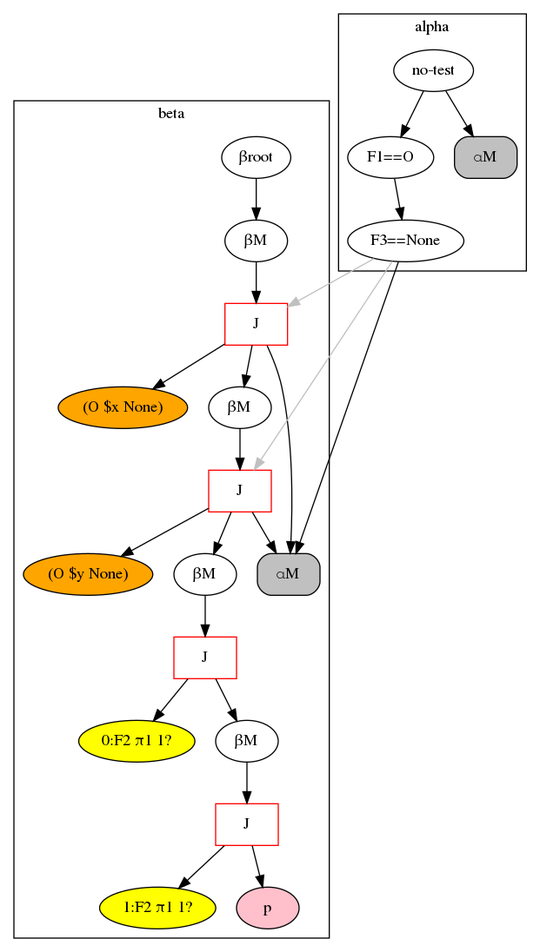
Cybernetic1/GIRL keeps this Graphviz diagram as rete.png. Above is the earlier version. Its source is kept beside it as rete.dot.
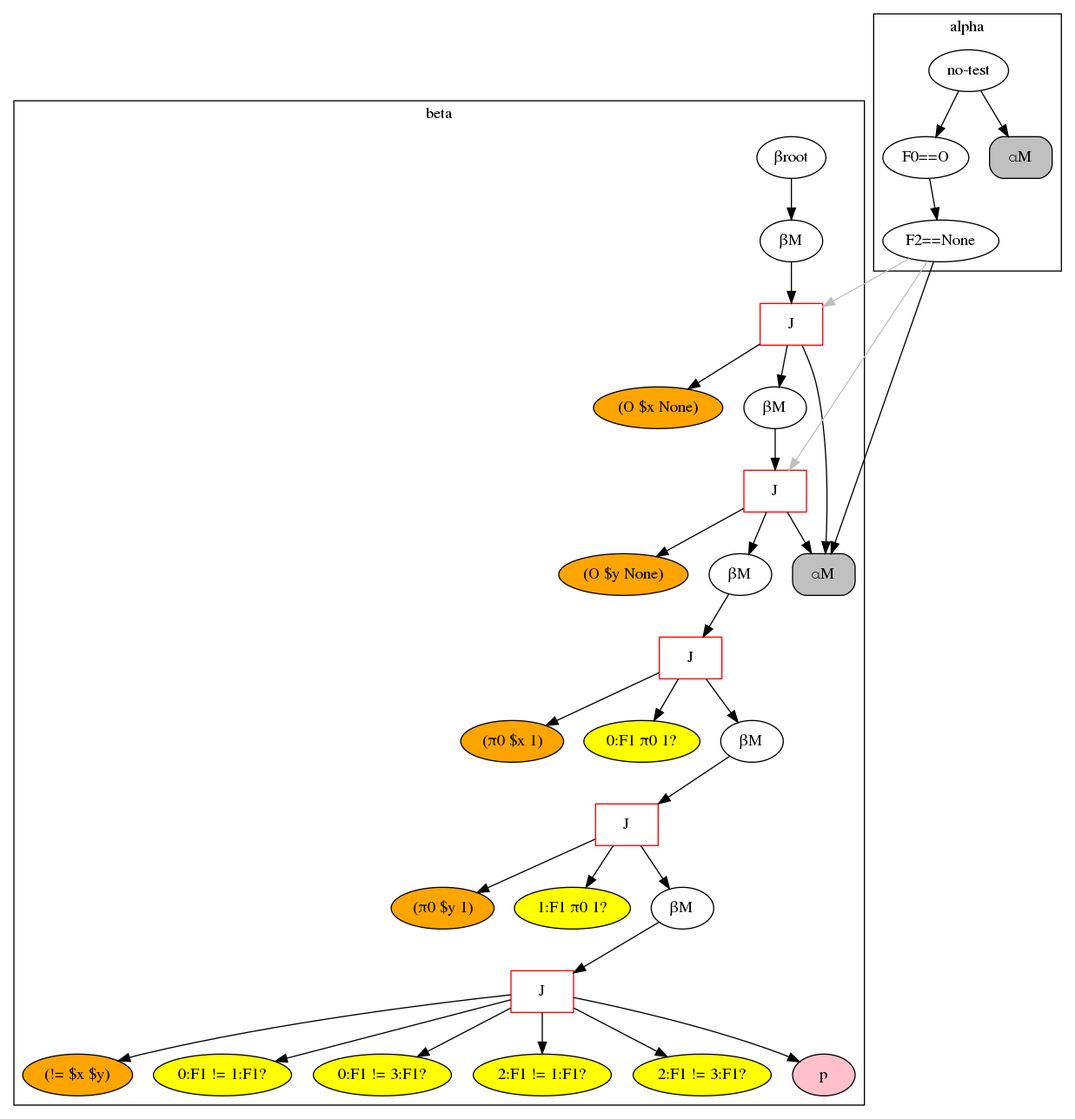
After the change.

What changed in the source:
```diff
@@ -1,45 +1,63 @@
 digraph {
 	subgraph cluster_1 {
 	label = beta
-	"BetaNode 0x7f4659662ba8" [label="βroot"];
-	"BetaNode 0x7f4659662ba8" -> "BetaMemory 0x7f4659690048";
-	"BetaMemory 0x7f4659690048" [label="βM"];
-	"BetaMemory 0x7f4659690048" -> "JoinNode 0x7f4659690160";
-	"JoinNode 0x7f4659690160" [shape=box,color=red,label="J"];
-	"JoinNode 0x7f4659690160" -> "⍺M:<rete.alpha.AlphaMemory object at 0x7f4659690128>"
+	"BetaNode 0x7f5b0c358a90" [label="βroot"];
+	"BetaNode 0x7f5b0c358a90" -> "BetaMemory 0x7f5b0c2fc080";
+	"BetaMemory 0x7f5b0c2fc080" [label="βM"];
+	"BetaMemory 0x7f5b0c2fc080" -> "JoinNode 0x7f5b0c2fc198";
+	"JoinNode 0x7f5b0c2fc198" [shape=box,color=red,label="J"];
+	"JoinNode 0x7f5b0c2fc198" -> "⍺M:<rete.alpha.AlphaMemory object at 0x7f5b0c2fc160>"
 	"(O $x None)" [style=filled,fillcolor=orange];
-	"JoinNode 0x7f4659690160" -> "(O $x None)"
-	"JoinNode 0x7f4659690160" -> "BetaMemory 0x7f4659690198";
-	"BetaMemory 0x7f4659690198" [label="βM"];
-	"BetaMemory 0x7f4659690198" -> "JoinNode 0x7f46596901d0";
-	"JoinNode 0x7f46596901d0" [shape=box,color=red,label="J"];
-	"JoinNode 0x7f46596901d0" -> "⍺M:<rete.alpha.AlphaMemory object at 0x7f4659690128>"
+	"JoinNode 0x7f5b0c2fc198" -> "(O $x None)"
+	"JoinNode 0x7f5b0c2fc198" -> "BetaMemory 0x7f5b0c2fc1d0";
+	"BetaMemory 0x7f5b0c2fc1d0" [label="βM"];
+	"BetaMemory 0x7f5b0c2fc1d0" -> "JoinNode 0x7f5b0c2fc208";
+	"JoinNode 0x7f5b0c2fc208" [shape=box,color=red,label="J"];
+	"JoinNode 0x7f5b0c2fc208" -> "⍺M:<rete.alpha.AlphaMemory object at 0x7f5b0c2fc160>"
 	"(O $y None)" [style=filled,fillcolor=orange];
-	"JoinNode 0x7f46596901d0" -> "(O $y None)"
-	"JoinNode 0x7f46596901d0" -> "BetaMemory 0x7f4659690208";
-	"BetaMemory 0x7f4659690208" [label="βM"];
-	"BetaMemory 0x7f4659690208" -> "JoinNode 0x7f4659690240";
-	"JoinNode 0x7f4659690240" [shape=box,color=red,label="J"];
-	"0:F2 π1 1?" [style=filled,fillcolor=yellow];
-	"JoinNode 0x7f4659690240" -> "0:F2 π1 1?"
-	"JoinNode 0x7f4659690240" -> "BetaMemory 0x7f46596902b0";
-	"BetaMemory 0x7f46596902b0" [label="βM"];
-	"BetaMemory 0x7f46596902b0" -> "JoinNode 0x7f46596902e8";
-	"JoinNode 0x7f46596902e8" [shape=box,color=red,label="J"];
-	"1:F2 π1 1?" [style=filled,fillcolor=yellow];
-	"JoinNode 0x7f46596902e8" -> "1:F2 π1 1?"
-	"JoinNode 0x7f46596902e8" -> "PNode 0x7f4659686fd0";
-	"PNode 0x7f4659686fd0" [style=filled,fillcolor=pink,label="p"];
+	"JoinNode 0x7f5b0c2fc208" -> "(O $y None)"
+	"JoinNode 0x7f5b0c2fc208" -> "BetaMemory 0x7f5b0c2fc240";
+	"BetaMemory 0x7f5b0c2fc240" [label="βM"];
+	"BetaMemory 0x7f5b0c2fc240" -> "JoinNode 0x7f5b0c2fc278";
+	"JoinNode 0x7f5b0c2fc278" [shape=box,color=red,label="J"];
+	"(π0 $x 1)" [style=filled,fillcolor=orange];
+	"JoinNode 0x7f5b0c2fc278" -> "(π0 $x 1)"
+	"0:F1 π0 1?" [style=filled,fillcolor=yellow];
+	"JoinNode 0x7f5b0c2fc278" -> "0:F1 π0 1?"
+	"JoinNode 0x7f5b0c2fc278" -> "BetaMemory 0x7f5b0c2fc2e8";
+	"BetaMemory 0x7f5b0c2fc2e8" [label="βM"];
+	"BetaMemory 0x7f5b0c2fc2e8" -> "JoinNode 0x7f5b0c2fc320";
+	"JoinNode 0x7f5b0c2fc320" [shape=box,color=red,label="J"];
+	"(π0 $y 1)" [style=filled,fillcolor=orange];
+	"JoinNode 0x7f5b0c2fc320" -> "(π0 $y 1)"
+	"1:F1 π0 1?" [style=filled,fillcolor=yellow];
+	"JoinNode 0x7f5b0c2fc320" -> "1:F1 π0 1?"
+	"JoinNode 0x7f5b0c2fc320" -> "BetaMemory 0x7f5b0c2fc390";
+	"BetaMemory 0x7f5b0c2fc390" [label="βM"];
+	"BetaMemory 0x7f5b0c2fc390" -> "JoinNode 0x7f5b0c2fc3c8";
+	"JoinNode 0x7f5b0c2fc3c8" [shape=box,color=red,label="J"];
+	"(!= $x $y)" [style=filled,fillcolor=orange];
+	"JoinNode 0x7f5b0c2fc3c8" -> "(!= $x $y)"
+	"0:F1 != 1:F1?" [style=filled,fillcolor=yellow];
+	"JoinNode 0x7f5b0c2fc3c8" -> "0:F1 != 1:F1?"
+	"0:F1 != 3:F1?" [style=filled,fillcolor=yellow];
+	"JoinNode 0x7f5b0c2fc3c8" -> "0:F1 != 3:F1?"
+	"2:F1 != 1:F1?" [style=filled,fillcolor=yellow];
+	"JoinNode 0x7f5b0c2fc3c8" -> "2:F1 != 1:F1?"
+	"2:F1 != 3:F1?" [style=filled,fillcolor=yellow];
+	"JoinNode 0x7f5b0c2fc3c8" -> "2:F1 != 3:F1?"
+	"JoinNode 0x7f5b0c2fc3c8" -> "PNode 0x7f5b0c2fc048";
+	"PNode 0x7f5b0c2fc048" [style=filled,fillcolor=pink,label="p"];
 	}
 	subgraph cluster_0 {
 	label = alpha
-	"no-test" -> "F1==O";
-	"F1==O" -> "F3==None";
-	"F3==None" -> "⍺M:<rete.alpha.AlphaMemory object at 0x7f4659690128>";
-	"⍺M:<rete.alpha.AlphaMemory object at 0x7f4659690128>" [shape=box, style="rounded,filled", label="⍺M", fillcolor=gray];
-	"no-test" -> "⍺M:<rete.alpha.AlphaMemory object at 0x7f4659662860>";
-	"⍺M:<rete.alpha.AlphaMemory object at 0x7f4659662860>" [shape=box, style="rounded,filled", label="⍺M", fillcolor=gray];
+	"no-test" -> "F0==O";
+	"F0==O" -> "F2==None";
+	"F2==None" -> "⍺M:<rete.alpha.AlphaMemory object at 0x7f5b0c2fc160>";
+	"⍺M:<rete.alpha.AlphaMemory object at 0x7f5b0c2fc160>" [shape=box, style="rounded,filled", label="⍺M", fillcolor=gray];
+	"no-test" -> "⍺M:<rete.alpha.AlphaMemory object at 0x7f5b0c358748>";
+	"⍺M:<rete.alpha.AlphaMemory object at 0x7f5b0c358748>" [shape=box, style="rounded,filled", label="⍺M", fillcolor=gray];
 	}
-	"F3==None" -> "JoinNode 0x7f4659690160" [color=gray];
-	"F3==None" -> "JoinNode 0x7f46596901d0" [color=gray];
+	"F2==None" -> "JoinNode 0x7f5b0c2fc198" [color=gray];
+	"F2==None" -> "JoinNode 0x7f5b0c2fc208" [color=gray];
 }
```
